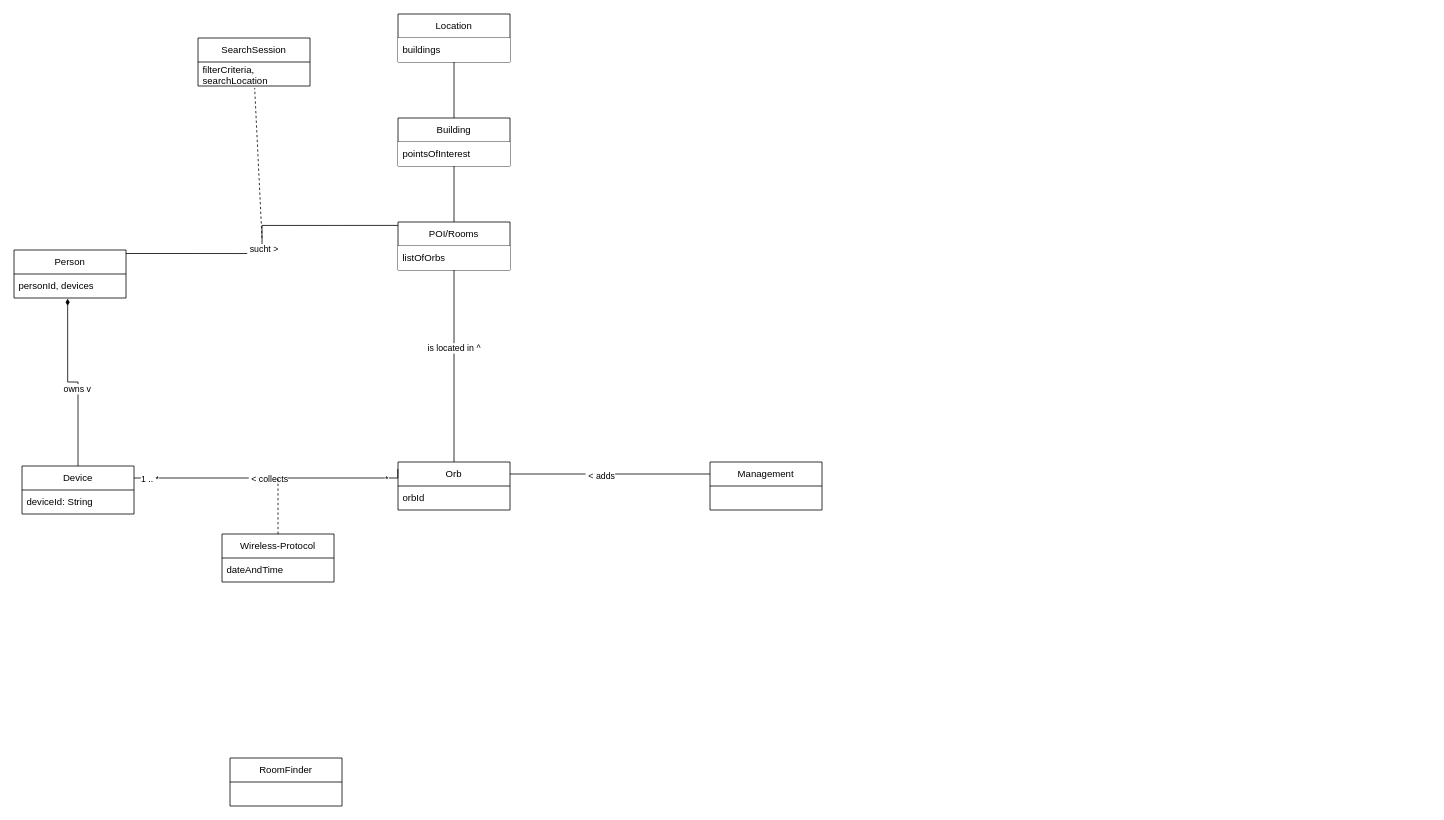
This is PM3_domain_model.drawio from phyllomenous/PM3_DomainModel, a draw.io file, before an edit. Source tidied: cells renumbered, new cells numbered last; positions are measured from the earlier drawing's top-left corner, leaving out a move shared by most shapes. Both pictures are drawn from the tidied source at 80%, with x=0, y=0 at pixel (14, 14).
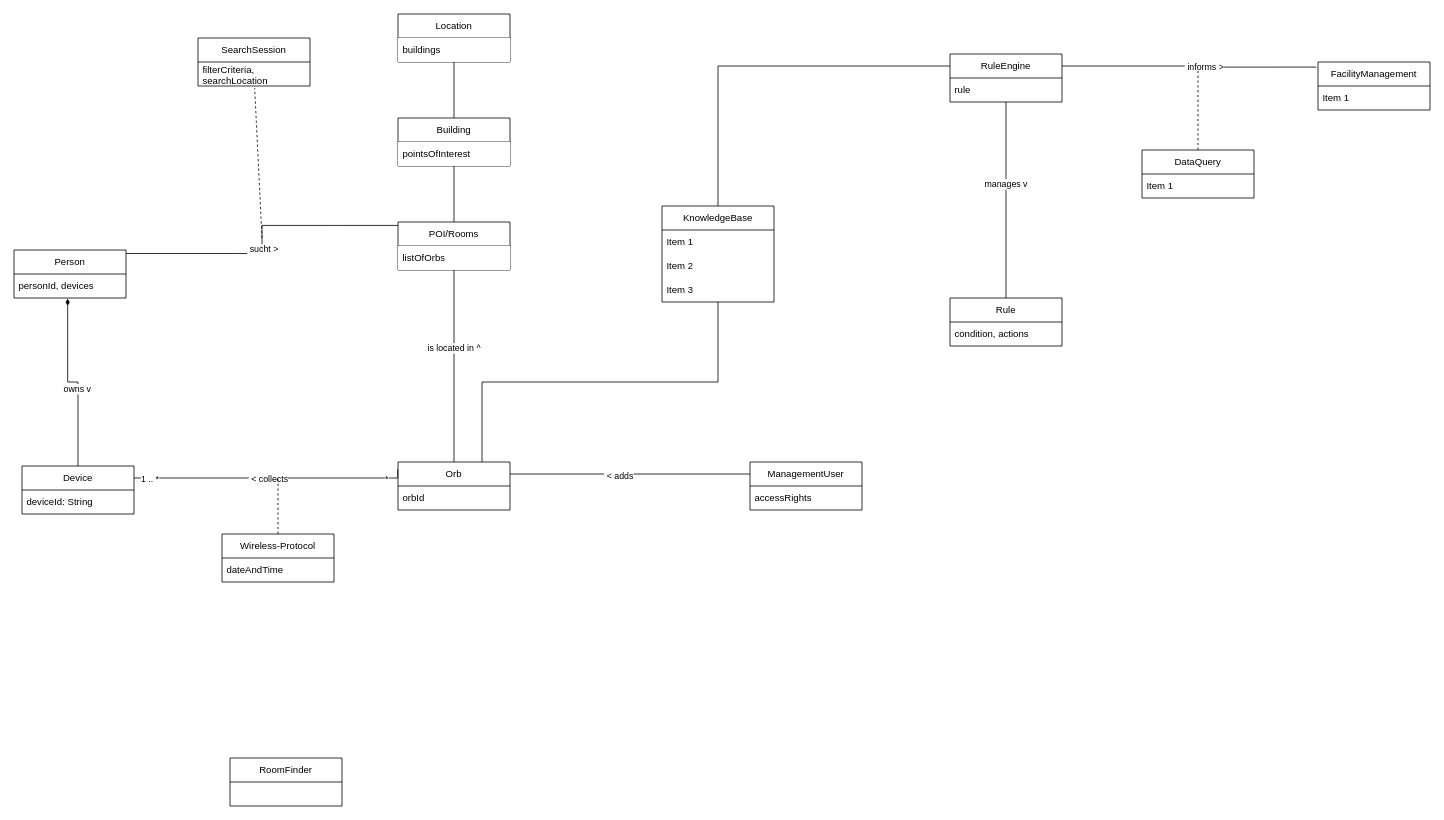
The same diagram, later.

The change refers to these unchanged cells:
```xml
<mxCell id="14" value="Orb" style="swimlane;fontStyle=0;horizontal=1;startSize=30;whiteSpace=wrap;html=1;swimlaneFillColor=default;" parent="1" vertex="1">
  <mxGeometry x="480" y="560" width="140" height="60" as="geometry" />
</mxCell>
```

The edit, as a diff of the source:
```diff
@@
-    <mxCell id="3" style="edgeStyle=orthogonalEdgeStyle;rounded=0;jettySize=auto;html=1;exitX=0;exitY=0.25;exitDx=0;exitDy=0;entryX=1;entryY=0.25;entryDx=0;entryDy=0;endArrow=none;endFill=0;" parent="1" edge="1" source="5" target="14">
+    <mxCell id="3" style="edgeStyle=orthogonalEdgeStyle;rounded=0;jettySize=auto;html=1;exitX=0;exitY=0.25;exitDx=0;exitDy=0;entryX=1;entryY=0.25;entryDx=0;entryDy=0;endArrow=none;endFill=0;" parent="1" edge="1" source="37" target="14">
       <mxGeometry relative="1" as="geometry" />
     </mxCell>
@@
-    <mxCell id="5" value="Management" style="swimlane;fontStyle=0;horizontal=1;startSize=30;whiteSpace=wrap;html=1;swimlaneFillColor=default;" parent="1" vertex="1">
-      <mxGeometry x="870" y="560" width="140" height="60" as="geometry" />
-    </mxCell>
@@
+    <mxCell id="36" style="edgeStyle=orthogonalEdgeStyle;rounded=0;jettySize=auto;html=1;exitX=0.75;exitY=0;exitDx=0;exitDy=0;endArrow=none;endFill=0;" parent="1" edge="1" source="14" target="53">
+      <mxGeometry relative="1" as="geometry" />
+    </mxCell>
@@
+    <mxCell id="37" value="ManagementUser" style="swimlane;fontStyle=0;horizontal=1;startSize=30;whiteSpace=wrap;html=1;swimlaneFillColor=default;" parent="1" vertex="1">
+      <mxGeometry x="920" y="560" width="140" height="60" as="geometry" />
+    </mxCell>
+    <mxCell id="38" value="accessRights" style="text;strokeColor=none;fillColor=none;align=left;verticalAlign=middle;spacingLeft=4;spacingRight=4;overflow=hidden;whiteSpace=wrap;html=1;" parent="37" vertex="1">
+      <mxGeometry y="30" width="140" height="30" as="geometry" />
+    </mxCell>
+    <mxCell id="39" style="edgeStyle=orthogonalEdgeStyle;rounded=0;jettySize=auto;html=1;exitX=0.5;exitY=1;exitDx=0;exitDy=0;entryX=0.5;entryY=0;entryDx=0;entryDy=0;endArrow=none;endFill=0;" parent="1" edge="1" source="43" target="45">
+      <mxGeometry relative="1" as="geometry" />
+    </mxCell>
+    <mxCell id="40" value="manages v" style="edgeLabel;html=1;align=center;verticalAlign=middle;" parent="39" vertex="1">
+      <mxGeometry x="-0.17" y="-1" relative="1" as="geometry" />
+    </mxCell>
+    <mxCell id="41" style="edgeStyle=orthogonalEdgeStyle;rounded=0;jettySize=auto;html=1;exitX=1;exitY=0.25;exitDx=0;exitDy=0;entryX=-0.015;entryY=0.106;entryDx=0;entryDy=0;entryPerimeter=0;endArrow=none;endFill=0;" parent="1" edge="1" source="43" target="47">
+      <mxGeometry relative="1" as="geometry" />
+    </mxCell>
+    <mxCell id="42" value="&amp;nbsp;informs &amp;gt; " style="edgeLabel;html=1;align=center;verticalAlign=middle;" parent="41" vertex="1">
+      <mxGeometry x="0.12" y="1" relative="1" as="geometry" />
+    </mxCell>
+    <mxCell id="43" value="RuleEngine" style="swimlane;fontStyle=0;horizontal=1;startSize=30;whiteSpace=wrap;html=1;swimlaneFillColor=default;" parent="1" vertex="1">
+      <mxGeometry x="1170" y="50" width="140" height="60" as="geometry" />
+    </mxCell>
+    <mxCell id="44" value="rule" style="text;strokeColor=none;fillColor=none;align=left;verticalAlign=middle;spacingLeft=4;spacingRight=4;overflow=hidden;whiteSpace=wrap;html=1;" parent="43" vertex="1">
+      <mxGeometry y="30" width="140" height="30" as="geometry" />
+    </mxCell>
+    <mxCell id="45" value="Rule" style="swimlane;fontStyle=0;horizontal=1;startSize=30;whiteSpace=wrap;html=1;swimlaneFillColor=default;" parent="1" vertex="1">
+      <mxGeometry x="1170" y="355" width="140" height="60" as="geometry" />
+    </mxCell>
+    <mxCell id="46" value="condition, actions" style="text;strokeColor=none;fillColor=none;align=left;verticalAlign=middle;spacingLeft=4;spacingRight=4;overflow=hidden;whiteSpace=wrap;html=1;" parent="45" vertex="1">
+      <mxGeometry y="30" width="140" height="30" as="geometry" />
+    </mxCell>
+    <mxCell id="47" value="FacilityManagement" style="swimlane;fontStyle=0;horizontal=1;startSize=30;whiteSpace=wrap;html=1;swimlaneFillColor=default;" parent="1" vertex="1">
+      <mxGeometry x="1630" y="60" width="140" height="60" as="geometry" />
+    </mxCell>
+    <mxCell id="48" value="Item 1" style="text;strokeColor=none;fillColor=none;align=left;verticalAlign=middle;spacingLeft=4;spacingRight=4;overflow=hidden;whiteSpace=wrap;html=1;" parent="47" vertex="1">
+      <mxGeometry y="30" width="140" height="30" as="geometry" />
+    </mxCell>
+    <mxCell id="49" value="DataQuery" style="swimlane;fontStyle=0;horizontal=1;startSize=30;whiteSpace=wrap;html=1;" parent="1" vertex="1">
+      <mxGeometry x="1410" y="170" width="140" height="60" as="geometry" />
+    </mxCell>
+    <mxCell id="50" value="Item 1" style="text;strokeColor=none;fillColor=none;align=left;verticalAlign=middle;spacingLeft=4;spacingRight=4;overflow=hidden;whiteSpace=wrap;html=1;" parent="49" vertex="1">
+      <mxGeometry y="30" width="140" height="30" as="geometry" />
+    </mxCell>
+    <mxCell id="51" style="endArrow=none;dashed=1;html=1;rounded=0;exitX=0.5;exitY=0;exitDx=0;exitDy=0;" parent="1" edge="1" source="49">
+      <mxGeometry relative="1" as="geometry">
+        <mxPoint x="1480" y="70" as="targetPoint" />
+      </mxGeometry>
+    </mxCell>
+    <mxCell id="52" style="edgeStyle=orthogonalEdgeStyle;rounded=0;jettySize=auto;html=1;exitX=0.5;exitY=0;exitDx=0;exitDy=0;entryX=0;entryY=0.25;entryDx=0;entryDy=0;endArrow=none;endFill=0;" parent="1" edge="1" source="53" target="43">
+      <mxGeometry relative="1" as="geometry" />
+    </mxCell>
+    <mxCell id="53" value="KnowledgeBase" style="swimlane;fontStyle=0;horizontal=1;startSize=30;whiteSpace=wrap;html=1;" parent="1" vertex="1">
+      <mxGeometry x="810" y="240" width="140" height="120" as="geometry" />
+    </mxCell>
+    <mxCell id="54" value="Item 1" style="text;strokeColor=none;fillColor=none;align=left;verticalAlign=middle;spacingLeft=4;spacingRight=4;overflow=hidden;whiteSpace=wrap;html=1;" parent="53" vertex="1">
+      <mxGeometry y="30" width="140" height="30" as="geometry" />
+    </mxCell>
+    <mxCell id="55" value="Item 2" style="text;strokeColor=none;fillColor=none;align=left;verticalAlign=middle;spacingLeft=4;spacingRight=4;overflow=hidden;whiteSpace=wrap;html=1;" parent="53" vertex="1">
+      <mxGeometry y="60" width="140" height="30" as="geometry" />
+    </mxCell>
+    <mxCell id="56" value="Item 3" style="text;strokeColor=none;fillColor=none;align=left;verticalAlign=middle;spacingLeft=4;spacingRight=4;overflow=hidden;whiteSpace=wrap;html=1;" parent="53" vertex="1">
+      <mxGeometry y="90" width="140" height="30" as="geometry" />
+    </mxCell>
```
